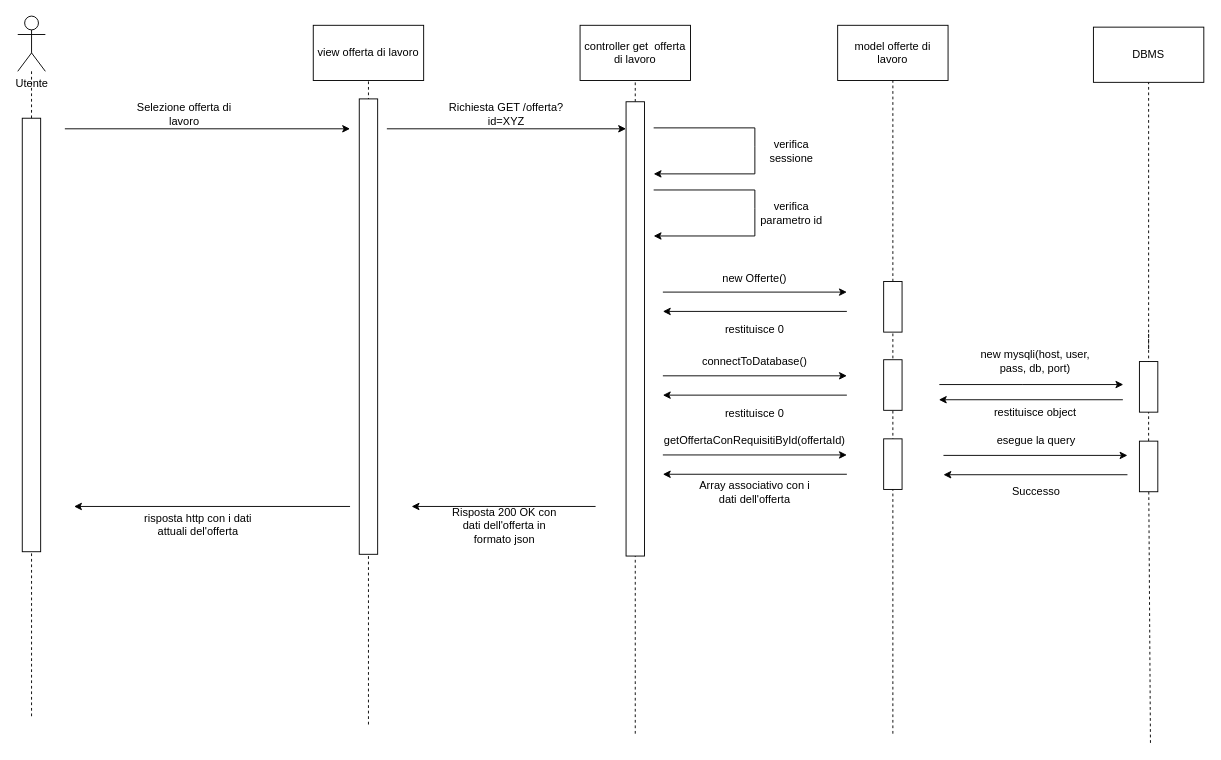
Earlier version of the draw.io diagram schemi/user/mostra offerta di lavoro.drawio (Mute491/bitByte). Source tidied: cells renumbered, new cells numbered last; positions are measured from the earlier drawing's top-left corner, leaving out a move shared by most shapes. Both pictures are drawn from the tidied source at 92%, with x=0, y=0 at pixel (-186, 16).
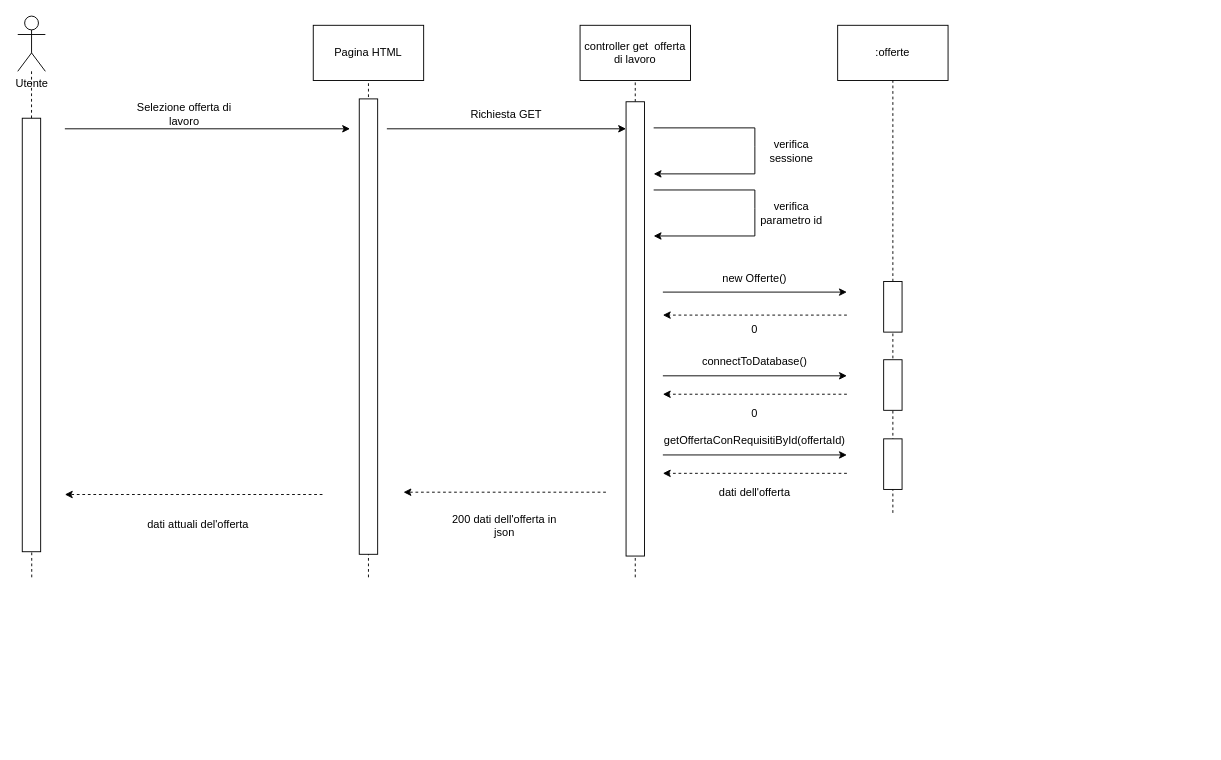
The same page after the edit.

The change refers to these unchanged cells:
```xml
<mxCell id="15" style="rounded=0;whiteSpace=wrap;html=1;rotation=90;" parent="1" vertex="1">
  <mxGeometry x="1144.5" y="306" width="55" height="20" as="geometry" />
</mxCell>
<mxCell id="31" style="rounded=0;whiteSpace=wrap;html=1;rotation=90;" parent="1" vertex="1">
  <mxGeometry x="0.1" y="336.6" width="471.2" height="20" as="geometry" />
</mxCell>
<mxCell id="40" style="rounded=0;whiteSpace=wrap;html=1;rotation=90;" parent="1" vertex="1">
  <mxGeometry x="645.1" y="330" width="493.8" height="20" as="geometry" />
</mxCell>
```

The edit, as a diff of the source:
```diff
@@
-    <mxCell id="6" value="model offerte di lavoro" style="rounded=0;whiteSpace=wrap;html=1;" parent="1" vertex="1">
+    <mxCell id="6" value=":offerte" style="rounded=0;whiteSpace=wrap;html=1;" parent="1" vertex="1">
       <mxGeometry x="1112" y="10" width="120" height="60" as="geometry" />
     </mxCell>
@@
-    <mxCell id="9" value="Richiesta GET /offerta?id=XYZ" style="text;html=1;align=center;verticalAlign=middle;whiteSpace=wrap;rounded=0;" parent="1" vertex="1">
+    <mxCell id="9" value="Richiesta GET" style="text;html=1;align=center;verticalAlign=middle;whiteSpace=wrap;rounded=0;" parent="1" vertex="1">
       <mxGeometry x="682" y="91.5" width="140" height="30" as="geometry" />
     </mxCell>
@@
-    <mxCell id="12" style="endArrow=classic;html=1;rounded=0;" parent="1" edge="1">
-      <mxGeometry relative="1" as="geometry">
-        <mxPoint x="1122" y="321" as="sourcePoint" />
-        <mxPoint x="922" y="321" as="targetPoint" />
-      </mxGeometry>
-    </mxCell>
-    <mxCell id="13" value="restituisce 0" style="text;html=1;align=center;verticalAlign=middle;whiteSpace=wrap;rounded=0;" parent="1" vertex="1">
+    <mxCell id="13" value="0" style="text;html=1;align=center;verticalAlign=middle;whiteSpace=wrap;rounded=0;" parent="1" vertex="1">
       <mxGeometry x="952" y="326" width="140" height="30" as="geometry" />
     </mxCell>
     <mxCell id="14" style="endArrow=none;dashed=1;html=1;rounded=0;" parent="1" edge="1" target="15">
       <mxGeometry relative="1" as="geometry">
-        <mxPoint x="1172" y="780" as="sourcePoint" />
+        <mxPoint x="1172" y="540" as="sourcePoint" />
       </mxGeometry>
     </mxCell>
@@
-    <mxCell id="18" style="endArrow=classic;html=1;rounded=0;" parent="1" edge="1">
-      <mxGeometry relative="1" as="geometry">
-        <mxPoint x="1122" y="412" as="sourcePoint" />
-        <mxPoint x="922" y="412" as="targetPoint" />
-      </mxGeometry>
-    </mxCell>
-    <mxCell id="19" value="restituisce 0" style="text;html=1;align=center;verticalAlign=middle;whiteSpace=wrap;rounded=0;" parent="1" vertex="1">
+    <mxCell id="19" value="0" style="text;html=1;align=center;verticalAlign=middle;whiteSpace=wrap;rounded=0;" parent="1" vertex="1">
       <mxGeometry x="952" y="417" width="140" height="30" as="geometry" />
     </mxCell>
@@
-    <mxCell id="23" style="endArrow=classic;html=1;rounded=0;" parent="1" edge="1">
-      <mxGeometry relative="1" as="geometry">
-        <mxPoint x="1122" y="498" as="sourcePoint" />
-        <mxPoint x="922" y="498" as="targetPoint" />
-      </mxGeometry>
-    </mxCell>
-    <mxCell id="24" value="Array associativo con i dati dell'offerta" style="text;html=1;align=center;verticalAlign=middle;whiteSpace=wrap;rounded=0;" parent="1" vertex="1">
+    <mxCell id="24" value="dati dell'offerta" style="text;html=1;align=center;verticalAlign=middle;whiteSpace=wrap;rounded=0;" parent="1" vertex="1">
       <mxGeometry x="952" y="503" width="140" height="30" as="geometry" />
     </mxCell>
@@
-    <mxCell id="26" value="view offerta di lavoro" style="rounded=0;whiteSpace=wrap;html=1;" parent="1" vertex="1">
+    <mxCell id="26" value="Pagina HTML" style="rounded=0;whiteSpace=wrap;html=1;" parent="1" vertex="1">
       <mxGeometry x="542" y="10" width="120" height="60" as="geometry" />
     </mxCell>
     <mxCell id="27" style="endArrow=none;dashed=1;html=1;rounded=0;entryX=0.5;entryY=1;entryDx=0;entryDy=0;" parent="1" edge="1" target="26">
       <mxGeometry relative="1" as="geometry">
-        <mxPoint x="602" y="770" as="sourcePoint" />
+        <mxPoint x="602" y="610" as="sourcePoint" />
       </mxGeometry>
     </mxCell>
-    <mxCell id="28" style="endArrow=classic;html=1;rounded=0;" parent="1" edge="1">
-      <mxGeometry relative="1" as="geometry">
-        <mxPoint x="848.9" y="533" as="sourcePoint" />
-        <mxPoint x="648.9" y="533" as="targetPoint" />
-      </mxGeometry>
-    </mxCell>
-    <mxCell id="29" value="Risposta 200 OK con dati dell'offerta in formato json" style="text;html=1;align=center;verticalAlign=middle;whiteSpace=wrap;rounded=0;" parent="1" vertex="1">
+    <mxCell id="29" value="200 dati dell'offerta in json" style="text;html=1;align=center;verticalAlign=middle;whiteSpace=wrap;rounded=0;" parent="1" vertex="1">
       <mxGeometry x="685.1" y="539" width="130" height="30" as="geometry" />
     </mxCell>
     <mxCell id="30" style="endArrow=none;dashed=1;html=1;rounded=0;" parent="1" edge="1" target="31">
       <mxGeometry relative="1" as="geometry">
-        <mxPoint x="235.8" y="761" as="sourcePoint" />
+        <mxPoint x="236" y="610" as="sourcePoint" />
         <Array as="points">
           <mxPoint x="235.8" y="301" />
         </Array>
       </mxGeometry>
     </mxCell>
@@
-    <mxCell id="34" style="endArrow=classic;html=1;rounded=0;" parent="1" edge="1">
-      <mxGeometry relative="1" as="geometry">
-        <mxPoint x="582" y="533" as="sourcePoint" />
-        <mxPoint x="282" y="533" as="targetPoint" />
-      </mxGeometry>
-    </mxCell>
-    <mxCell id="35" value="risposta http con i dati attuali del'offerta" style="text;html=1;align=center;verticalAlign=middle;whiteSpace=wrap;rounded=0;" parent="1" vertex="1">
+    <mxCell id="35" value="dati attuali del'offerta" style="text;html=1;align=center;verticalAlign=middle;whiteSpace=wrap;rounded=0;" parent="1" vertex="1">
       <mxGeometry x="352" y="538" width="130" height="30" as="geometry" />
     </mxCell>
@@
     <mxCell id="39" style="endArrow=none;dashed=1;html=1;rounded=0;" parent="1" edge="1" target="40">
       <mxGeometry relative="1" as="geometry">
-        <mxPoint x="892" y="780" as="sourcePoint" />
+        <mxPoint x="892" y="610" as="sourcePoint" />
       </mxGeometry>
     </mxCell>
@@
-    <mxCell id="43" value="DBMS" style="rounded=0;whiteSpace=wrap;html=1;" parent="1" vertex="1">
-      <mxGeometry x="1390" y="12" width="120" height="60" as="geometry" />
-    </mxCell>
-    <mxCell id="44" style="endArrow=none;dashed=1;html=1;rounded=0;entryX=0.5;entryY=1;entryDx=0;entryDy=0;" parent="1" edge="1" target="43">
-      <mxGeometry relative="1" as="geometry">
-        <mxPoint x="1450" y="362" as="sourcePoint" />
-      </mxGeometry>
-    </mxCell>
-    <mxCell id="45" style="endArrow=none;dashed=1;html=1;rounded=0;" parent="1" edge="1" source="50">
-      <mxGeometry relative="1" as="geometry">
-        <mxPoint x="1450" y="345.5" as="targetPoint" />
-      </mxGeometry>
-    </mxCell>
-    <mxCell id="46" style="rounded=0;whiteSpace=wrap;html=1;rotation=90;" parent="1" vertex="1">
-      <mxGeometry x="1422.5" y="393" width="55" height="20" as="geometry" />
-    </mxCell>
-    <mxCell id="47" value="new mysqli(host, user, pass, db, port)" style="text;html=1;align=center;verticalAlign=middle;whiteSpace=wrap;rounded=0;" parent="1" vertex="1">
-      <mxGeometry x="1257" y="360" width="140" height="30" as="geometry" />
-    </mxCell>
-    <mxCell id="48" value="restituisce object" style="text;html=1;align=center;verticalAlign=middle;whiteSpace=wrap;rounded=0;" parent="1" vertex="1">
-      <mxGeometry x="1257" y="416" width="140" height="30" as="geometry" />
-    </mxCell>
-    <mxCell id="49" style="endArrow=none;dashed=1;html=1;rounded=0;" parent="1" edge="1" target="50">
-      <mxGeometry relative="1" as="geometry">
-        <mxPoint x="1452" y="790" as="sourcePoint" />
-      </mxGeometry>
-    </mxCell>
-    <mxCell id="50" style="rounded=0;whiteSpace=wrap;html=1;rotation=90;" parent="1" vertex="1">
-      <mxGeometry x="1422.5" y="479.5" width="55" height="20" as="geometry" />
-    </mxCell>
-    <mxCell id="51" value="esegue la query" style="text;html=1;align=center;verticalAlign=middle;whiteSpace=wrap;rounded=0;" parent="1" vertex="1">
-      <mxGeometry x="1257.5" y="447" width="140" height="30" as="geometry" />
-    </mxCell>
-    <mxCell id="52" value="Successo" style="text;html=1;align=center;verticalAlign=middle;whiteSpace=wrap;rounded=0;" parent="1" vertex="1">
-      <mxGeometry x="1257.5" y="502" width="140" height="30" as="geometry" />
-    </mxCell>
-    <mxCell id="53" style="endArrow=classic;html=1;rounded=0;" parent="1" edge="1">
-      <mxGeometry relative="1" as="geometry">
-        <mxPoint x="1222.5" y="400.5" as="sourcePoint" />
-        <mxPoint x="1422.5" y="400.5" as="targetPoint" />
-        <Array as="points">
-          <mxPoint x="1312.5" y="400.5" />
-        </Array>
-      </mxGeometry>
-    </mxCell>
-    <mxCell id="54" style="endArrow=classic;html=1;rounded=0;" parent="1" edge="1">
-      <mxGeometry relative="1" as="geometry">
-        <mxPoint x="1422" y="417" as="sourcePoint" />
-        <mxPoint x="1222" y="417" as="targetPoint" />
-      </mxGeometry>
-    </mxCell>
-    <mxCell id="55" style="endArrow=classic;html=1;rounded=0;" parent="1" edge="1">
-      <mxGeometry relative="1" as="geometry">
-        <mxPoint x="1227" y="477.5" as="sourcePoint" />
-        <mxPoint x="1427" y="477.5" as="targetPoint" />
-      </mxGeometry>
-    </mxCell>
-    <mxCell id="56" style="endArrow=classic;html=1;rounded=0;" parent="1" edge="1">
-      <mxGeometry relative="1" as="geometry">
-        <mxPoint x="1427" y="498.5" as="sourcePoint" />
-        <mxPoint x="1227" y="498.5" as="targetPoint" />
-      </mxGeometry>
-    </mxCell>
+    <mxCell id="57" style="html=1;labelBackgroundColor=#ffffff;startArrow=none;startFill=0;startSize=6;endArrow=classic;endFill=1;endSize=6;jettySize=auto;orthogonalLoop=1;strokeWidth=1;dashed=1;fontSize=14;rounded=0;" parent="1" edge="1">
+      <mxGeometry relative="1" as="geometry">
+        <mxPoint x="552" y="520" as="sourcePoint" />
+        <mxPoint x="272" y="520" as="targetPoint" />
+      </mxGeometry>
+    </mxCell>
+    <mxCell id="58" style="html=1;labelBackgroundColor=#ffffff;startArrow=none;startFill=0;startSize=6;endArrow=classic;endFill=1;endSize=6;jettySize=auto;orthogonalLoop=1;strokeWidth=1;dashed=1;fontSize=14;rounded=0;" parent="1" edge="1">
+      <mxGeometry relative="1" as="geometry">
+        <mxPoint x="860.1" y="517.5" as="sourcePoint" />
+        <mxPoint x="640.1" y="517.5" as="targetPoint" />
+      </mxGeometry>
+    </mxCell>
+    <mxCell id="59" style="html=1;labelBackgroundColor=#ffffff;startArrow=none;startFill=0;startSize=6;endArrow=classic;endFill=1;endSize=6;jettySize=auto;orthogonalLoop=1;strokeWidth=1;dashed=1;fontSize=14;rounded=0;" parent="1" edge="1">
+      <mxGeometry relative="1" as="geometry">
+        <mxPoint x="1122" y="497" as="sourcePoint" />
+        <mxPoint x="922" y="497" as="targetPoint" />
+      </mxGeometry>
+    </mxCell>
+    <mxCell id="60" style="html=1;labelBackgroundColor=#ffffff;startArrow=none;startFill=0;startSize=6;endArrow=classic;endFill=1;endSize=6;jettySize=auto;orthogonalLoop=1;strokeWidth=1;dashed=1;fontSize=14;rounded=0;" parent="1" edge="1">
+      <mxGeometry relative="1" as="geometry">
+        <mxPoint x="1122" y="411" as="sourcePoint" />
+        <mxPoint x="922" y="411" as="targetPoint" />
+      </mxGeometry>
+    </mxCell>
+    <mxCell id="61" style="html=1;labelBackgroundColor=#ffffff;startArrow=none;startFill=0;startSize=6;endArrow=classic;endFill=1;endSize=6;jettySize=auto;orthogonalLoop=1;strokeWidth=1;dashed=1;fontSize=14;rounded=0;" parent="1" edge="1">
+      <mxGeometry relative="1" as="geometry">
+        <mxPoint x="1122" y="325" as="sourcePoint" />
+        <mxPoint x="922" y="325" as="targetPoint" />
+      </mxGeometry>
+    </mxCell>
```
